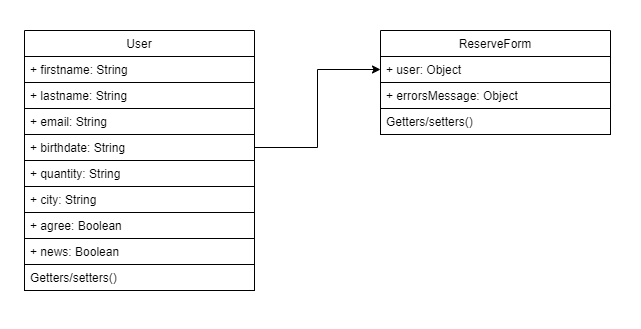
Before: starterOnly/docs/specs/reserveForm.png, a diagram exported from draw.io (Protazer/GameOn-website-FR). Source tidied: cells renumbered, new cells last; positions are measured from the earlier drawing's top-left corner, leaving out a move shared by most shapes. The source it was exported from:
```xml
<mxGraphModel background="#ffffff">
  <root>
    <mxCell id="0" />
    <mxCell id="1" parent="0" />
    <mxCell id="2" value="ReserveForm" style="swimlane;fontStyle=0;horizontal=1;startSize=26;fillColor=none;fontColor=#000000;strokeColor=#000000;" parent="1" vertex="1">
      <mxGeometry x="380" y="30" width="230" height="104" as="geometry" />
    </mxCell>
    <mxCell id="3" value="+ user: Object&#10;" style="text;fillColor=none;align=left;verticalAlign=top;spacingLeft=4;spacingRight=4;overflow=hidden;points=[[0,0.5],[1,0.5]];portConstraint=eastwest;fontColor=#000000;strokeColor=#000000;" parent="2" vertex="1">
      <mxGeometry y="26" width="230" height="26" as="geometry" />
    </mxCell>
    <mxCell id="4" value="+ errorsMessage: Object&#10;" style="text;fillColor=none;align=left;verticalAlign=top;spacingLeft=4;spacingRight=4;overflow=hidden;fontColor=#000000;strokeColor=#000000;" parent="2" vertex="1">
      <mxGeometry y="52" width="230" height="26" as="geometry" />
    </mxCell>
    <mxCell id="5" value="Getters/setters()" style="text;fillColor=none;align=left;verticalAlign=top;spacingLeft=4;spacingRight=4;overflow=hidden;fontColor=#000000;strokeColor=#000000;" parent="2" vertex="1">
      <mxGeometry y="78" width="230" height="26" as="geometry" />
    </mxCell>
    <mxCell id="6" value="User" style="swimlane;fontStyle=0;horizontal=1;startSize=26;swimlaneFillColor=none;fillColor=none;fontColor=#000000;strokeColor=#000000;" parent="1" vertex="1">
      <mxGeometry x="24" y="30" width="230" height="260" as="geometry" />
    </mxCell>
    <mxCell id="7" value="+ firstname: String&#10;" style="text;fillColor=none;align=left;verticalAlign=top;spacingLeft=4;spacingRight=4;overflow=hidden;fontColor=#000000;strokeColor=#000000;" parent="6" vertex="1">
      <mxGeometry y="26" width="230" height="26" as="geometry" />
    </mxCell>
    <mxCell id="8" value="+ lastname: String&#10;" style="text;fillColor=none;align=left;verticalAlign=top;spacingLeft=4;spacingRight=4;overflow=hidden;fontColor=#000000;strokeColor=#000000;" parent="6" vertex="1">
      <mxGeometry y="52" width="230" height="26" as="geometry" />
    </mxCell>
    <mxCell id="9" value="+ email: String&#10;" style="text;fillColor=none;align=left;verticalAlign=top;spacingLeft=4;spacingRight=4;overflow=hidden;fontColor=#000000;strokeColor=#000000;" parent="6" vertex="1">
      <mxGeometry y="78" width="230" height="26" as="geometry" />
    </mxCell>
    <mxCell id="10" value="+ birthdate: String&#10;" style="text;fillColor=none;align=left;verticalAlign=top;spacingLeft=4;spacingRight=4;overflow=hidden;points=[[0,0.5],[1,0.5]];portConstraint=eastwest;fontColor=#000000;strokeColor=#000000;" parent="6" vertex="1">
      <mxGeometry y="104" width="230" height="26" as="geometry" />
    </mxCell>
    <mxCell id="11" value="+ quantity: String&#10;" style="text;fillColor=none;align=left;verticalAlign=top;spacingLeft=4;spacingRight=4;overflow=hidden;fontColor=#000000;strokeColor=#000000;" parent="6" vertex="1">
      <mxGeometry y="130" width="230" height="26" as="geometry" />
    </mxCell>
    <mxCell id="12" value="+ city: String&#10;" style="text;fillColor=none;align=left;verticalAlign=top;spacingLeft=4;spacingRight=4;overflow=hidden;fontColor=#000000;strokeColor=#000000;" parent="6" vertex="1">
      <mxGeometry y="156" width="230" height="26" as="geometry" />
    </mxCell>
    <mxCell id="13" value="+ agree: Boolean&#10;" style="text;fillColor=none;align=left;verticalAlign=top;spacingLeft=4;spacingRight=4;overflow=hidden;fontColor=#000000;strokeColor=#000000;" parent="6" vertex="1">
      <mxGeometry y="182" width="230" height="26" as="geometry" />
    </mxCell>
    <mxCell id="14" value="+ news: Boolean&#10;" style="text;fillColor=none;align=left;verticalAlign=top;spacingLeft=4;spacingRight=4;overflow=hidden;fontColor=#000000;strokeColor=#000000;" parent="6" vertex="1">
      <mxGeometry y="208" width="230" height="26" as="geometry" />
    </mxCell>
    <mxCell id="15" value="Getters/setters()" style="text;fillColor=none;align=left;verticalAlign=top;spacingLeft=4;spacingRight=4;overflow=hidden;fontColor=#000000;strokeColor=#000000;" parent="6" vertex="1">
      <mxGeometry y="234" width="230" height="26" as="geometry" />
    </mxCell>
    <mxCell id="16" style="edgeStyle=orthogonalEdgeStyle;rounded=0;jettySize=auto;html=1;exitX=1;exitY=0.5;exitDx=0;exitDy=0;entryX=0;entryY=0.5;entryDx=0;entryDy=0;fontColor=#000000;strokeColor=#000000;" parent="1" edge="1" source="10" target="3">
      <mxGeometry relative="1" as="geometry" />
    </mxCell>
    <mxCell id="17" style="rounded=0;whiteSpace=wrap;html=1;fillColor=none;strokeColor=none;" parent="1" vertex="1">
      <mxGeometry width="640" height="320" as="geometry" />
    </mxCell>
    <mxCell id="18" style="edgeStyle=orthogonalEdgeStyle;rounded=0;orthogonalLoop=1;jettySize=auto;html=1;exitX=0.5;exitY=1;exitDx=0;exitDy=0;" parent="1" edge="1" source="17" target="17">
      <mxGeometry relative="1" as="geometry" />
    </mxCell>
  </root>
</mxGraphModel>
```
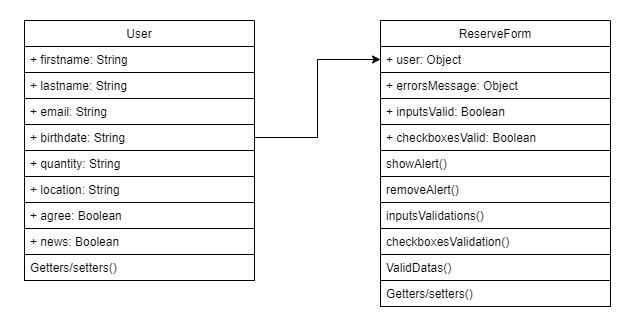
The same file after the commit.

Commit message:
docs: add doc links ui and modify specs class diagram

What changed in the source:
```diff
@@ -3,7 +3,7 @@
     <mxCell id="0" />
     <mxCell id="1" parent="0" />
     <mxCell id="2" value="ReserveForm" style="swimlane;fontStyle=0;horizontal=1;startSize=26;fillColor=none;fontColor=#000000;strokeColor=#000000;" parent="1" vertex="1">
-      <mxGeometry x="380" y="30" width="230" height="104" as="geometry" />
+      <mxGeometry x="380" y="30" width="230" height="286" as="geometry" />
     </mxCell>
     <mxCell id="3" value="+ user: Object&#10;" style="text;fillColor=none;align=left;verticalAlign=top;spacingLeft=4;spacingRight=4;overflow=hidden;points=[[0,0.5],[1,0.5]];portConstraint=eastwest;fontColor=#000000;strokeColor=#000000;" parent="2" vertex="1">
       <mxGeometry y="26" width="230" height="26" as="geometry" />
@@ -11,9 +11,30 @@
     <mxCell id="4" value="+ errorsMessage: Object&#10;" style="text;fillColor=none;align=left;verticalAlign=top;spacingLeft=4;spacingRight=4;overflow=hidden;fontColor=#000000;strokeColor=#000000;" parent="2" vertex="1">
       <mxGeometry y="52" width="230" height="26" as="geometry" />
     </mxCell>
-    <mxCell id="5" value="Getters/setters()" style="text;fillColor=none;align=left;verticalAlign=top;spacingLeft=4;spacingRight=4;overflow=hidden;fontColor=#000000;strokeColor=#000000;" parent="2" vertex="1">
+    <mxCell id="5" value="+ inputsValid: Boolean" style="text;fillColor=none;align=left;verticalAlign=top;spacingLeft=4;spacingRight=4;overflow=hidden;fontColor=#000000;strokeColor=#000000;" parent="2" vertex="1">
       <mxGeometry y="78" width="230" height="26" as="geometry" />
     </mxCell>
+    <mxCell id="19" value="+ checkboxesValid: Boolean " style="text;fillColor=none;align=left;verticalAlign=top;spacingLeft=4;spacingRight=4;overflow=hidden;fontColor=#000000;strokeColor=#000000;" parent="2" vertex="1">
+      <mxGeometry y="104" width="230" height="26" as="geometry" />
+    </mxCell>
+    <mxCell id="20" value="showAlert()" style="text;fillColor=none;align=left;verticalAlign=top;spacingLeft=4;spacingRight=4;overflow=hidden;fontColor=#000000;strokeColor=#000000;" parent="2" vertex="1">
+      <mxGeometry y="130" width="230" height="26" as="geometry" />
+    </mxCell>
+    <mxCell id="21" value="removeAlert()" style="text;fillColor=none;align=left;verticalAlign=top;spacingLeft=4;spacingRight=4;overflow=hidden;fontColor=#000000;strokeColor=#000000;" parent="2" vertex="1">
+      <mxGeometry y="156" width="230" height="26" as="geometry" />
+    </mxCell>
+    <mxCell id="22" value="inputsValidations()" style="text;fillColor=none;align=left;verticalAlign=top;spacingLeft=4;spacingRight=4;overflow=hidden;fontColor=#000000;strokeColor=#000000;" parent="2" vertex="1">
+      <mxGeometry y="182" width="230" height="26" as="geometry" />
+    </mxCell>
+    <mxCell id="23" value="checkboxesValidation()" style="text;fillColor=none;align=left;verticalAlign=top;spacingLeft=4;spacingRight=4;overflow=hidden;fontColor=#000000;strokeColor=#000000;" parent="2" vertex="1">
+      <mxGeometry y="208" width="230" height="26" as="geometry" />
+    </mxCell>
+    <mxCell id="24" value="ValidDatas()" style="text;fillColor=none;align=left;verticalAlign=top;spacingLeft=4;spacingRight=4;overflow=hidden;fontColor=#000000;strokeColor=#000000;" parent="2" vertex="1">
+      <mxGeometry y="234" width="230" height="26" as="geometry" />
+    </mxCell>
+    <mxCell id="25" value="Getters/setters()&#10;" style="text;fillColor=none;align=left;verticalAlign=top;spacingLeft=4;spacingRight=4;overflow=hidden;fontColor=#000000;strokeColor=#000000;" parent="2" vertex="1">
+      <mxGeometry y="260" width="230" height="26" as="geometry" />
+    </mxCell>
     <mxCell id="6" value="User" style="swimlane;fontStyle=0;horizontal=1;startSize=26;swimlaneFillColor=none;fillColor=none;fontColor=#000000;strokeColor=#000000;" parent="1" vertex="1">
       <mxGeometry x="24" y="30" width="230" height="260" as="geometry" />
     </mxCell>
@@ -32,7 +53,7 @@
     <mxCell id="11" value="+ quantity: String&#10;" style="text;fillColor=none;align=left;verticalAlign=top;spacingLeft=4;spacingRight=4;overflow=hidden;fontColor=#000000;strokeColor=#000000;" parent="6" vertex="1">
       <mxGeometry y="130" width="230" height="26" as="geometry" />
     </mxCell>
-    <mxCell id="12" value="+ city: String&#10;" style="text;fillColor=none;align=left;verticalAlign=top;spacingLeft=4;spacingRight=4;overflow=hidden;fontColor=#000000;strokeColor=#000000;" parent="6" vertex="1">
+    <mxCell id="12" value="+ location: String&#10;" style="text;fillColor=none;align=left;verticalAlign=top;spacingLeft=4;spacingRight=4;overflow=hidden;fontColor=#000000;strokeColor=#000000;" parent="6" vertex="1">
       <mxGeometry y="156" width="230" height="26" as="geometry" />
     </mxCell>
     <mxCell id="13" value="+ agree: Boolean&#10;" style="text;fillColor=none;align=left;verticalAlign=top;spacingLeft=4;spacingRight=4;overflow=hidden;fontColor=#000000;strokeColor=#000000;" parent="6" vertex="1">
@@ -48,7 +69,7 @@
       <mxGeometry relative="1" as="geometry" />
     </mxCell>
     <mxCell id="17" style="rounded=0;whiteSpace=wrap;html=1;fillColor=none;strokeColor=none;" parent="1" vertex="1">
-      <mxGeometry width="640" height="320" as="geometry" />
+      <mxGeometry y="10" width="640" height="320" as="geometry" />
     </mxCell>
     <mxCell id="18" style="edgeStyle=orthogonalEdgeStyle;rounded=0;orthogonalLoop=1;jettySize=auto;html=1;exitX=0.5;exitY=1;exitDx=0;exitDy=0;" parent="1" edge="1" source="17" target="17">
       <mxGeometry relative="1" as="geometry" />
```
